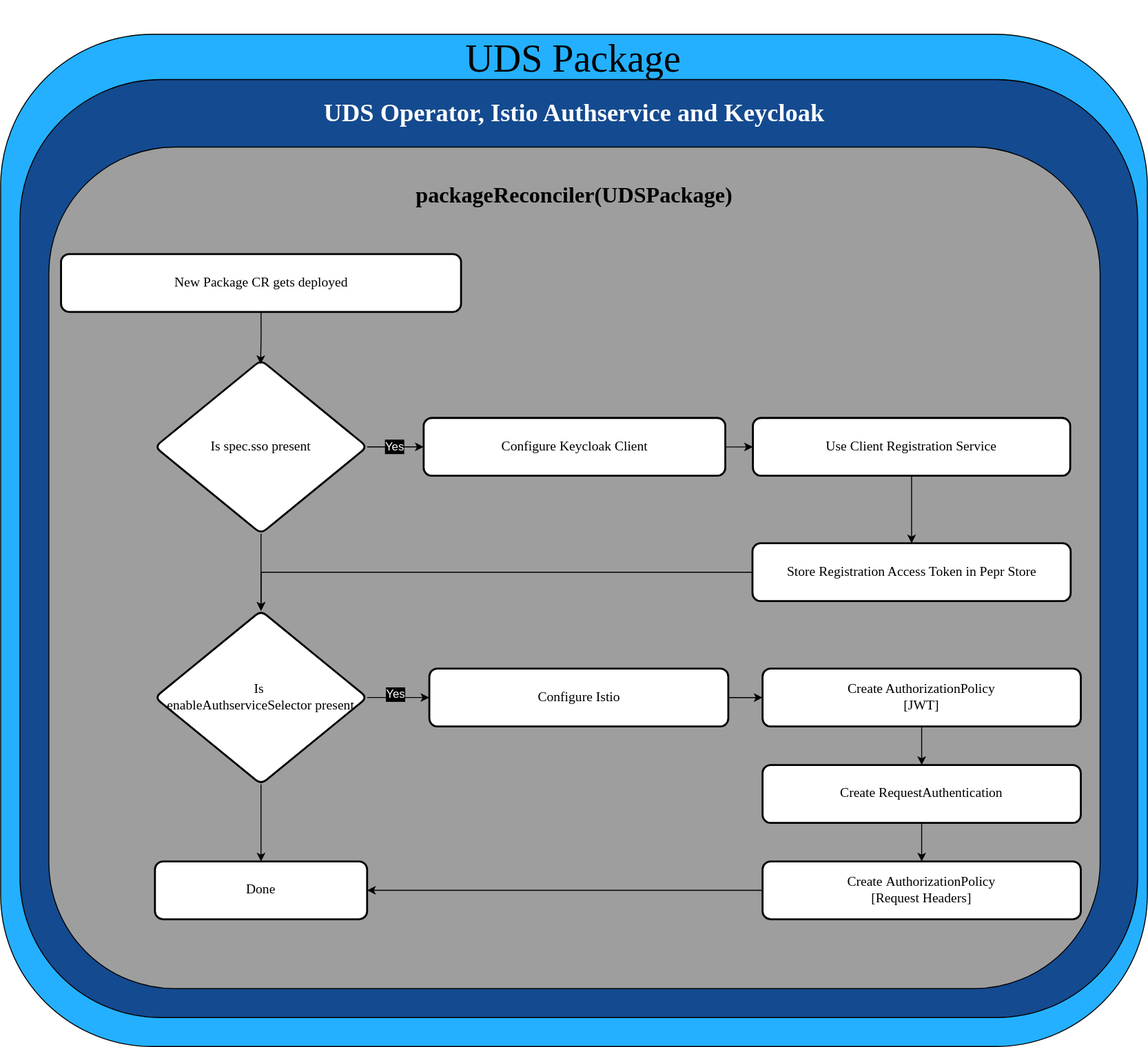
defenseunicorns/uds-core keeps this draw.io diagram as docs/.images/diagrams/uds-core-operator-authservice-keycloak.svg. Above is the earlier version. Source tidied: cells renumbered, new cells last; positions are measured from the earlier drawing's top-left corner, leaving out a move shared by most shapes.
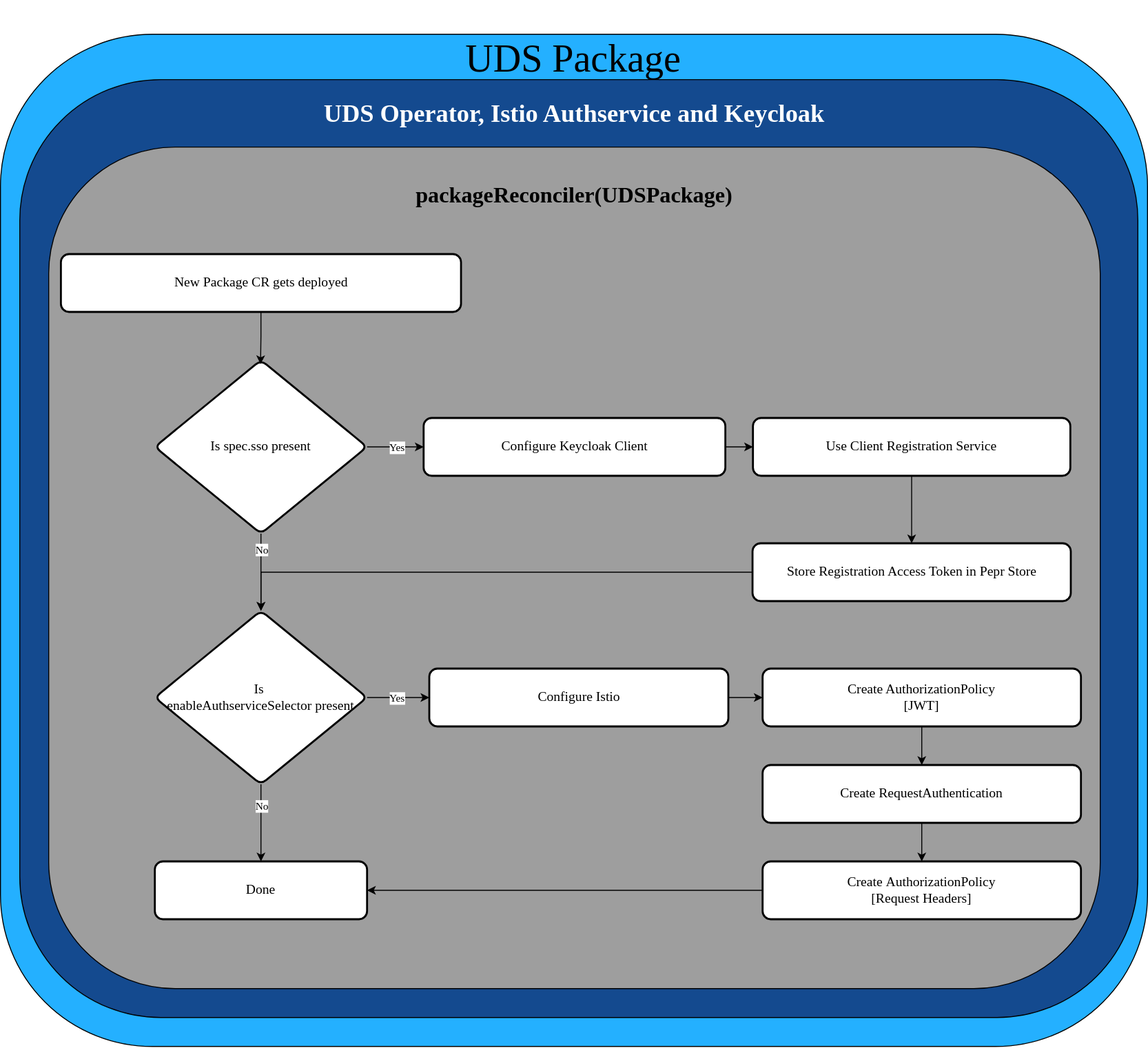
The same file after the commit.

What changed in the source:
```diff
@@ -89,11 +89,17 @@
     <mxCell id="30" style="edgeStyle=orthogonalEdgeStyle;rounded=0;jettySize=auto;html=1;strokeColor=#000000;exitX=1;exitY=0.5;exitDx=0;exitDy=0;entryX=0;entryY=0.5;entryDx=0;entryDy=0;" parent="1" edge="1" source="20" target="10">
       <mxGeometry relative="1" as="geometry" />
     </mxCell>
-    <mxCell id="31" value="&lt;span style=&quot;&quot;&gt;Yes&lt;/span&gt;" style="text;html=1;align=center;verticalAlign=middle;whiteSpace=wrap;rounded=0;labelBackgroundColor=#000000;fontColor=#FFFFFF;" parent="1" vertex="1">
-      <mxGeometry x="378.6" y="413" width="60" height="30" as="geometry" />
+    <mxCell id="31" value="Yes" style="edgeLabel;html=1;align=center;verticalAlign=middle;fontColor=light-dark(#000000,#000000);labelBackgroundColor=light-dark(#FFFFFF,#FFFFFF);fontFamily=Poppins;fontSource=https%3A%2F%2Ffonts.googleapis.com%2Fcss%3Ffamily%3DPoppins;" parent="1" vertex="1">
+      <mxGeometry x="410" y="428" as="geometry" />
     </mxCell>
-    <mxCell id="32" value="Yes" style="text;html=1;align=center;verticalAlign=middle;whiteSpace=wrap;rounded=0;labelBackgroundColor=#000000;fontColor=#FFFFFF;" parent="1" vertex="1">
-      <mxGeometry x="380" y="670" width="60" height="30" as="geometry" />
+    <mxCell id="32" value="Yes" style="edgeLabel;html=1;align=center;verticalAlign=middle;fontColor=light-dark(#000000,#000000);labelBackgroundColor=light-dark(#FFFFFF,#FFFFFF);fontFamily=Poppins;fontSource=https%3A%2F%2Ffonts.googleapis.com%2Fcss%3Ffamily%3DPoppins;" parent="1" vertex="1">
+      <mxGeometry x="410" y="688" as="geometry" />
     </mxCell>
+    <mxCell id="33" value="No" style="edgeLabel;html=1;align=center;verticalAlign=middle;fontColor=light-dark(#000000,#000000);labelBackgroundColor=light-dark(#FFFFFF,#FFFFFF);fontFamily=Poppins;fontSource=https%3A%2F%2Ffonts.googleapis.com%2Fcss%3Ffamily%3DPoppins;" parent="1" vertex="1">
+      <mxGeometry x="270" y="533.5" as="geometry" />
+    </mxCell>
+    <mxCell id="34" value="No" style="edgeLabel;html=1;align=center;verticalAlign=middle;fontColor=light-dark(#000000,#000000);labelBackgroundColor=light-dark(#FFFFFF,#FFFFFF);fontFamily=Poppins;fontSource=https%3A%2F%2Ffonts.googleapis.com%2Fcss%3Ffamily%3DPoppins;" parent="1" vertex="1">
+      <mxGeometry x="270" y="800" as="geometry" />
+    </mxCell>
   </root>
 </mxGraphModel>
```
